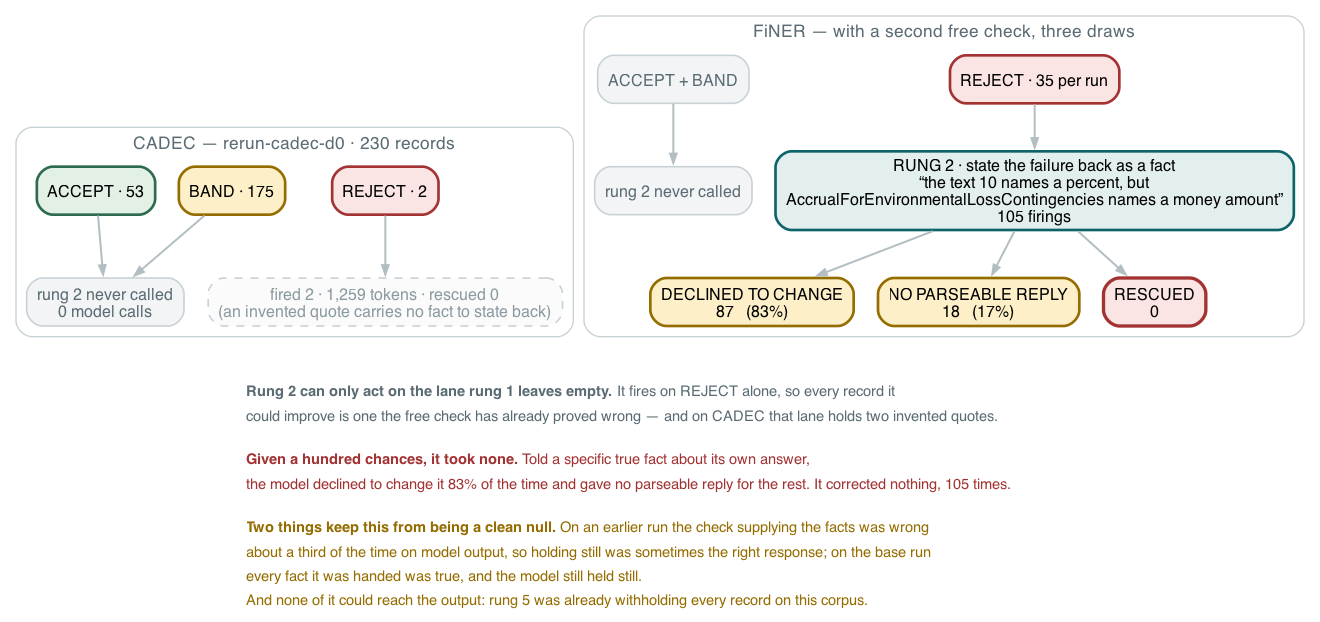
wbagais/reliability-ladder keeps this Graphviz diagram as docs/figures/fig13-rung2.png. Above is the earlier version. Its source is kept beside it as docs/figures/fig13-rung2.dot.
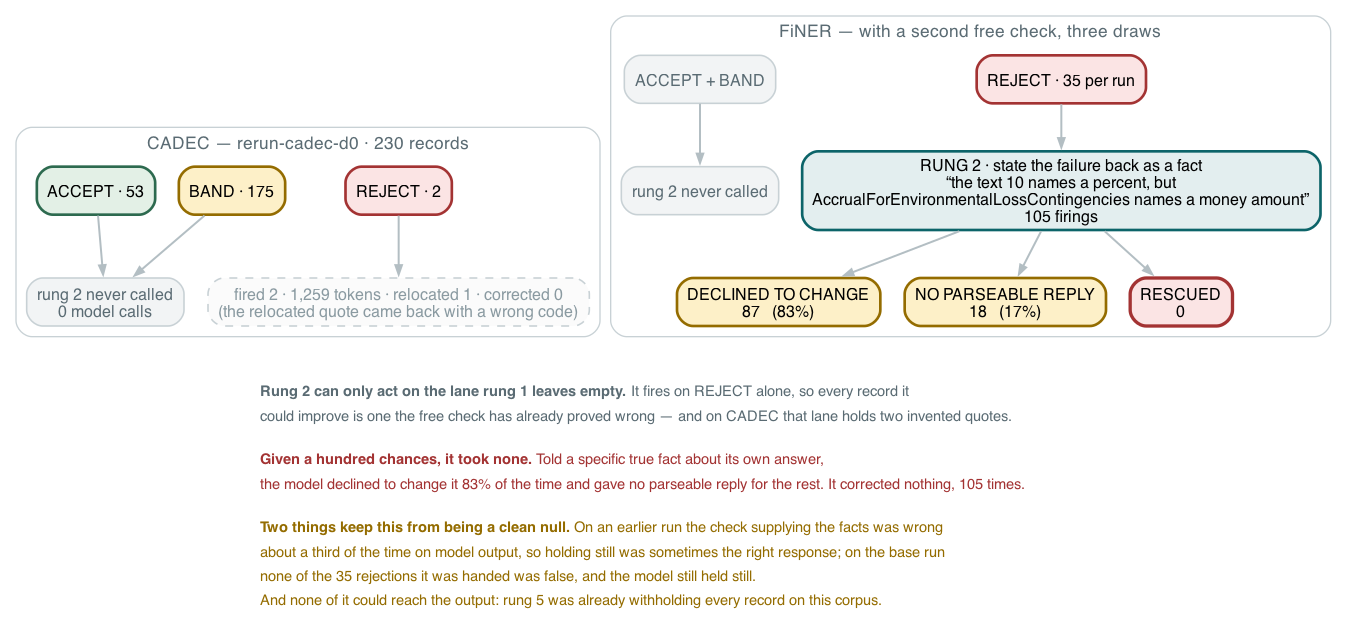
The same file after the commit.

What changed in the source:
```diff
@@ -11,7 +11,7 @@
     cb [label="BAND · 175" fillcolor="#fdf0c8" color="#946c00" penwidth=2];
     cr [label="REJECT · 2" fillcolor="#fbe4e4" color="#a33333" penwidth=2];
     cskip [label="rung 2 never called\n0 model calls" fillcolor="#f2f4f5" fontcolor="#5a6b73"];
-    cfire [label="fired 2 · 1,259 tokens · rescued 0\n(an invented quote carries no fact to state back)" fillcolor="#fbfbfb" fontcolor="#8a9aa1" style="filled,rounded,dashed"];
+    cfire [label="fired 2 · 1,259 tokens · relocated 1 · corrected 0\n(the relocated quote came back with a wrong code)" fillcolor="#fbfbfb" fontcolor="#8a9aa1" style="filled,rounded,dashed"];
     ca -> cskip; cb -> cskip; cr -> cfire;
     { rank=same; ca; cb; cr }
   }
@@ -43,7 +43,7 @@
         <TR><TD ALIGN="LEFT"><FONT POINT-SIZE="8"> </FONT></TD></TR>
         <TR><TD ALIGN="LEFT"><FONT POINT-SIZE="11" COLOR="#946c00"><B>Two things keep this from being a clean null.</B> On an earlier run the check supplying the facts was wrong</FONT></TD></TR>
         <TR><TD ALIGN="LEFT"><FONT POINT-SIZE="11" COLOR="#946c00">about a third of the time on model output, so holding still was sometimes the right response; on the base run</FONT></TD></TR>
-        <TR><TD ALIGN="LEFT"><FONT POINT-SIZE="11" COLOR="#946c00">every fact it was handed was true, and the model still held still.</FONT></TD></TR>
+        <TR><TD ALIGN="LEFT"><FONT POINT-SIZE="11" COLOR="#946c00">none of the 35 rejections it was handed was false, and the model still held still.</FONT></TD></TR>
         <TR><TD ALIGN="LEFT"><FONT POINT-SIZE="11" COLOR="#946c00">And none of it could reach the output: rung 5 was already withholding every record on this corpus.</FONT></TD></TR>
         </TABLE>>];
   cskip -> note [style=invis]; resc -> note [style=invis];
```
